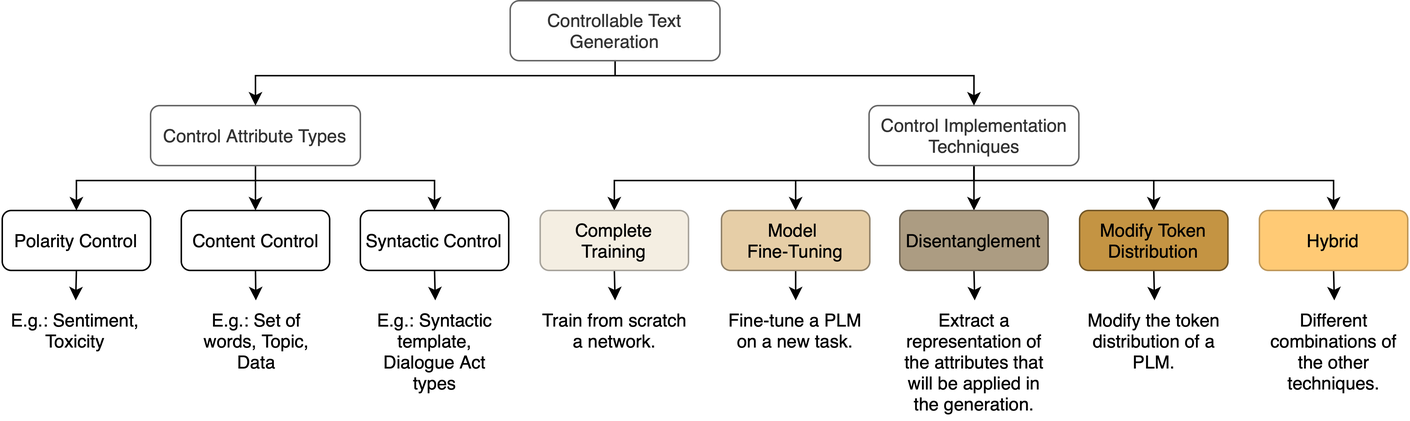
Above: sentiment_ctg_categorisation.png in DCU-NLG/sentimentCTG-survey (draw.io), before the change. Source tidied: cells renumbered, new cells last; positions are measured from the earlier drawing's top-left corner, leaving out a move shared by most shapes.
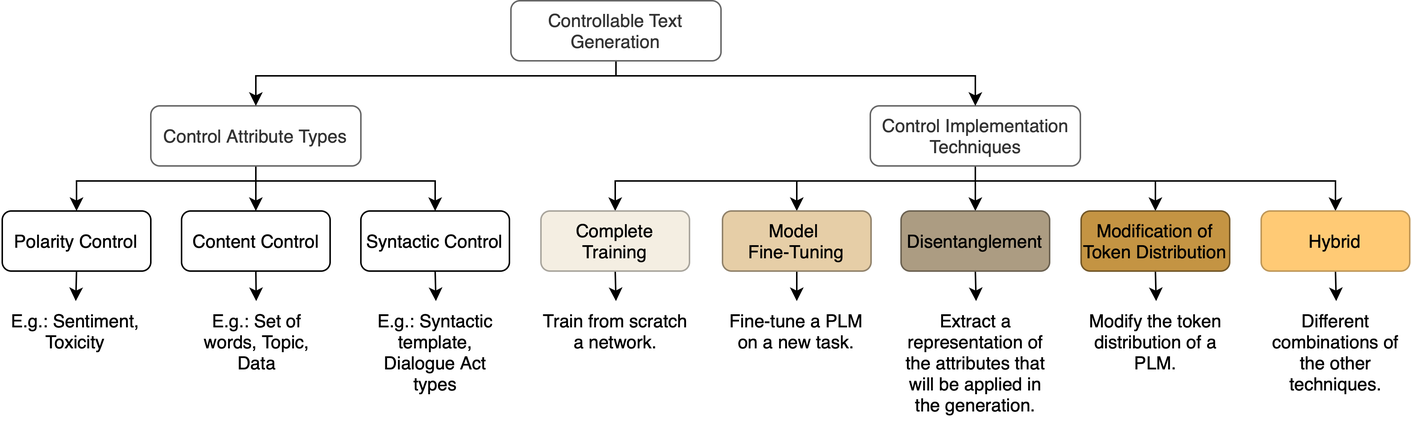
After the change.

What changed in the source:
```diff
@@ -117,7 +117,7 @@
     <mxCell id="26" style="edgeStyle=orthogonalEdgeStyle;rounded=0;jettySize=auto;html=1;exitX=0.5;exitY=1;exitDx=0;exitDy=0;entryX=0.5;entryY=0;entryDx=0;entryDy=0;" parent="1" edge="1" source="27" target="33">
       <mxGeometry relative="1" as="geometry" />
     </mxCell>
-    <mxCell id="27" value="Modify Token Distribution" style="rounded=1;whiteSpace=wrap;html=1;fillColor=#C49443;strokeColor=#735727;" parent="1" vertex="1">
+    <mxCell id="27" value="Modification of Token Distribution" style="rounded=1;whiteSpace=wrap;html=1;fillColor=#C49443;strokeColor=#735727;" parent="1" vertex="1">
       <mxGeometry x="720" y="140" width="99" height="40" as="geometry" />
     </mxCell>
     <mxCell id="28" style="edgeStyle=orthogonalEdgeStyle;rounded=0;jettySize=auto;html=1;exitX=0.5;exitY=1;exitDx=0;exitDy=0;entryX=0.5;entryY=0;entryDx=0;entryDy=0;" parent="1" edge="1" source="29" target="32">
```
